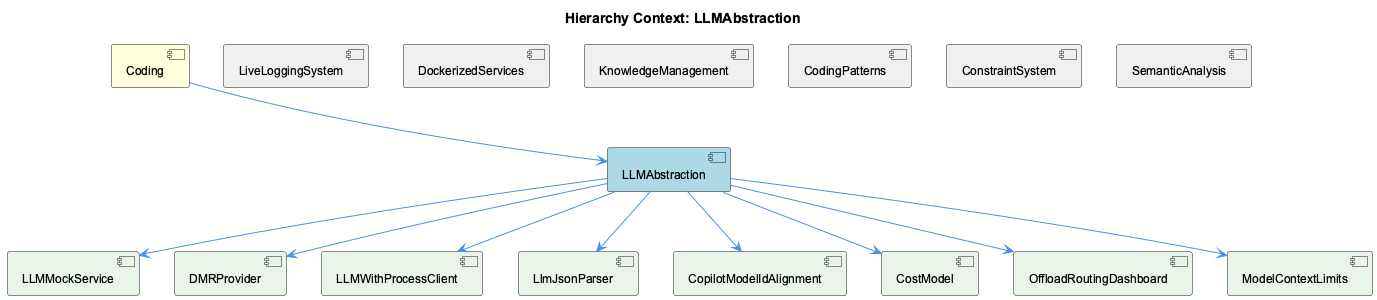
Before: knowledge-management/insights/images/llmabstraction-relationship.png, a diagram exported from PlantUML (fwornle/coding).
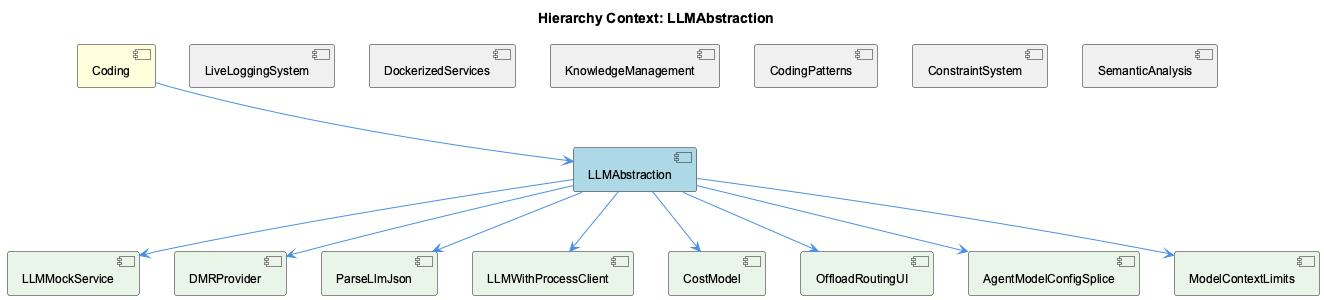
The same file after the commit.

What changed in the source:
```diff
@@ -13,11 +13,11 @@
 [SemanticAnalysis] as semantic_analysis #F0F0F0
 [LLMMockService] as llmmock_service #E8F5E8
 [DMRProvider] as dmrprovider #E8F5E8
+[ParseLlmJson] as parse_llm_json #E8F5E8
 [LLMWithProcessClient] as llmwith_process_client #E8F5E8
-[LlmJsonParser] as llm_json_parser #E8F5E8
-[CopilotModelIdAlignment] as copilot_model_id_alignment #E8F5E8
 [CostModel] as cost_model #E8F5E8
-[OffloadRoutingDashboard] as offload_routing_dashboard #E8F5E8
+[OffloadRoutingUI] as offload_routing_ui #E8F5E8
+[AgentModelConfigSplice] as agent_model_config_splice #E8F5E8
 [ModelContextLimits] as model_context_limits #E8F5E8
 
 coding --> llmabstraction
@@ -29,11 +29,11 @@
 semantic_analysis -[hidden]- llmabstraction
 llmabstraction --> llmmock_service
 llmabstraction --> dmrprovider
+llmabstraction --> parse_llm_json
 llmabstraction --> llmwith_process_client
-llmabstraction --> llm_json_parser
-llmabstraction --> copilot_model_id_alignment
 llmabstraction --> cost_model
-llmabstraction --> offload_routing_dashboard
+llmabstraction --> offload_routing_ui
+llmabstraction --> agent_model_config_splice
 llmabstraction --> model_context_limits
 
 @enduml
```
